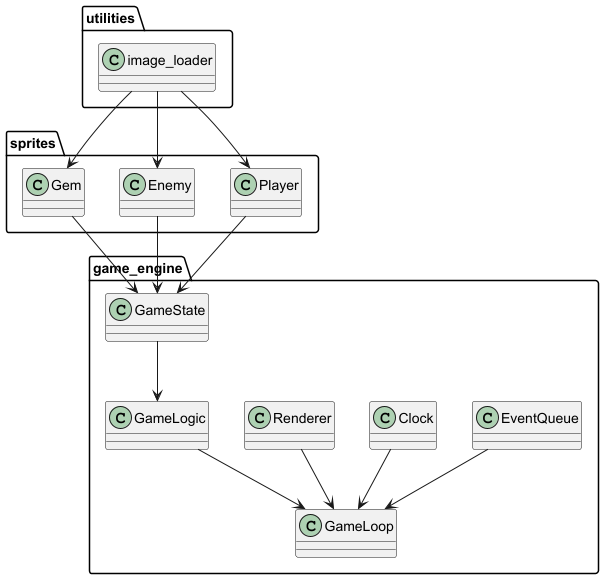
Before: documentation/images/package_diagram.png, a diagram exported from PlantUML (hojahoja/Gem-Poacher). Source of this version:
```plantuml
@startuml
package "sprites" {
        class "Player"
        class "Enemy"
        class "Gem"
}

package "game_engine" {
        class "GameLoop"
        class "EventQueue"
        class "Clock"
        class "Renderer"
        class "GameState"
        class "GameLogic"
}

package "utilities" {
        class "image_loader"
}

image_loader --> Player
image_loader --> Enemy
image_loader --> Gem
Player --> GameState
Enemy --> GameState
Gem --> GameState
GameState --> GameLogic
GameLogic --> GameLoop
Clock --> GameLoop
Renderer --> GameLoop
EventQueue --> GameLoop

@enduml
```
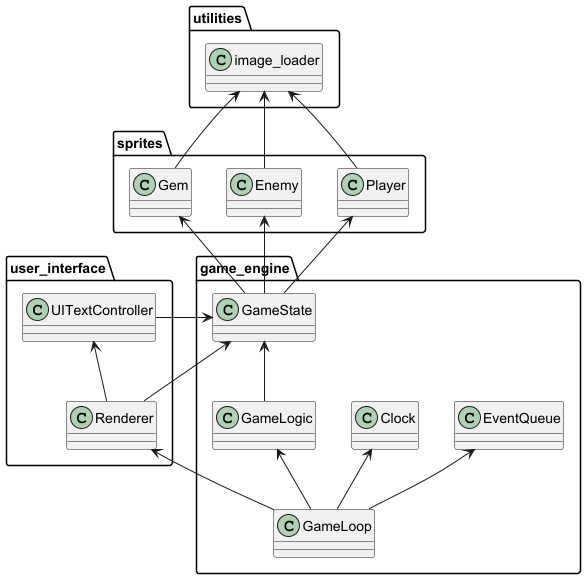
After the change.

Commit message:
Updated architecture doc and added the user manual.

Change to the diagram source:
```diff
@@ -9,7 +9,6 @@
         class "GameLoop"
         class "EventQueue"
         class "Clock"
-        class "Renderer"
         class "GameState"
         class "GameLogic"
 }
@@ -18,16 +17,25 @@
         class "image_loader"
 }
 
-image_loader --> Player
-image_loader --> Enemy
-image_loader --> Gem
-Player --> GameState
-Enemy --> GameState
-Gem --> GameState
-GameState --> GameLogic
-GameLogic --> GameLoop
-Clock --> GameLoop
-Renderer --> GameLoop
-EventQueue --> GameLoop
+package "user_interface" {
+        class "Renderer"
+        class "UITextController"
+}
+
+image_loader <-- Player
+image_loader <-- Enemy
+image_loader <-- Gem
+Player <-- GameState
+Enemy <-- GameState
+Gem <-- GameState
+GameState <-- GameLogic
+GameLogic <-- GameLoop
+Clock <-- GameLoop
+GameState <-- UITextController
+UITextController <-- Renderer
+GameState <-- Renderer
+Renderer <-- GameLoop
+EventQueue <-- GameLoop
+
 
 @enduml
```
